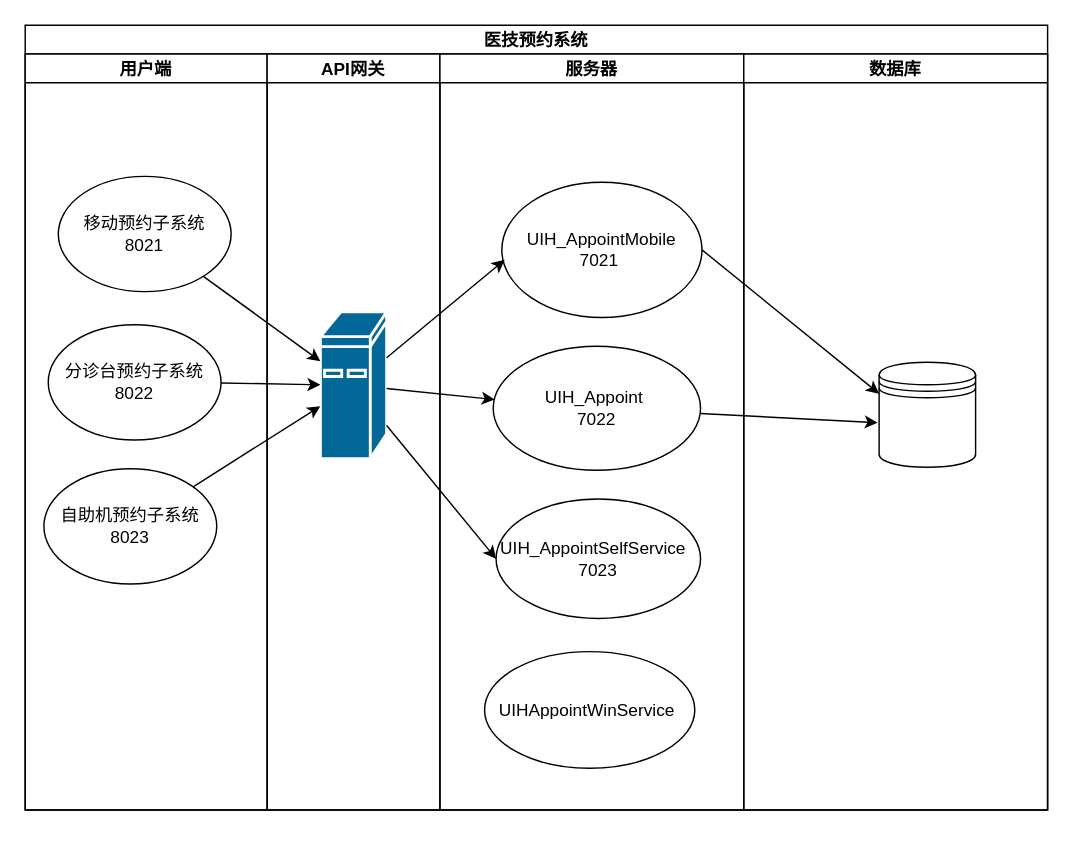
The draw.io diagram 预约图.drawio in vae1314/FlowChart, before the edit. Source tidied: cells renumbered, new cells numbered last; positions are measured from the earlier drawing's top-left corner, leaving out a move shared by most shapes. Both pictures are drawn from the tidied source at 144%, with x=0, y=0 at pixel (24, 24).
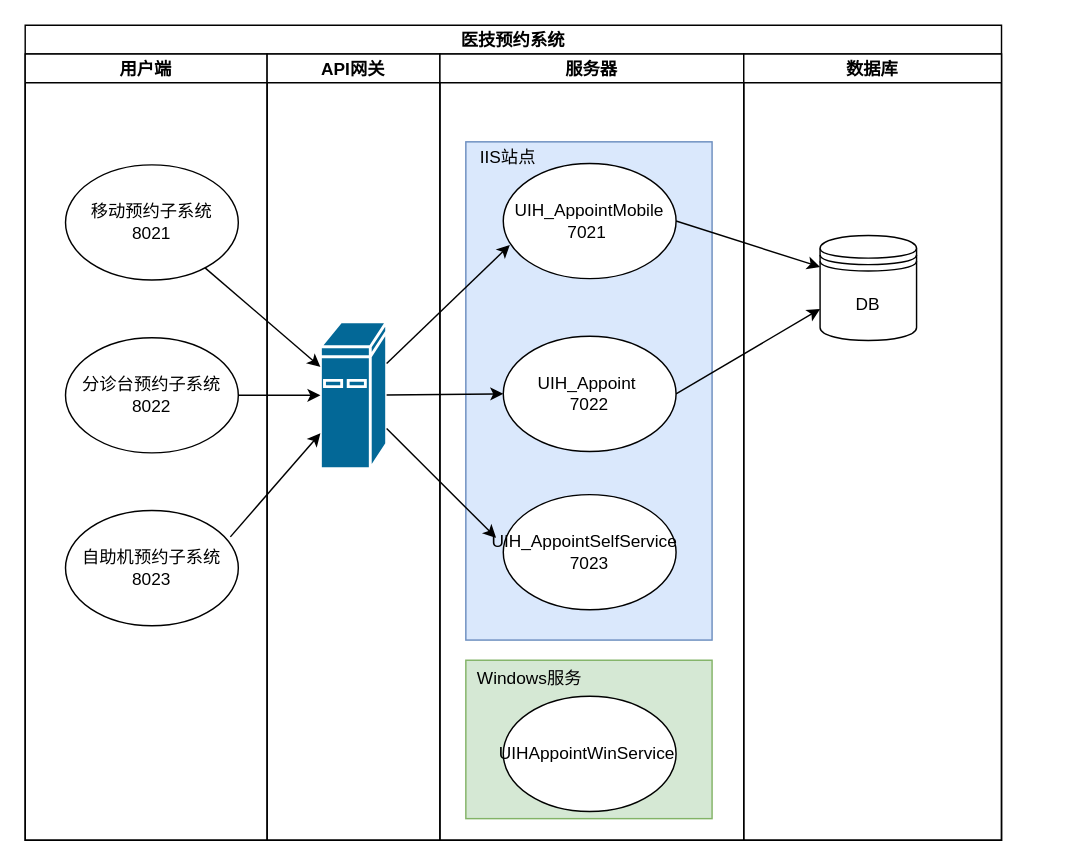
Above is the later version.

The edit, as a diff of the source:
```diff
@@
     <mxCell id="2" value="医技预约系统" style="swimlane;startSize=20;" parent="1" vertex="1">
-      <mxGeometry width="710" height="545" as="geometry" />
+      <mxGeometry width="678" height="566" as="geometry" />
     </mxCell>
     <mxCell id="3" value="用户端" style="swimlane;startSize=20;" parent="2" vertex="1">
-      <mxGeometry y="20" width="168" height="525" as="geometry" />
+      <mxGeometry y="20" width="168" height="546" as="geometry" />
     </mxCell>
     <mxCell id="4" value="移动预约子系统&lt;br&gt;8021" style="ellipse;whiteSpace=wrap;html=1;" parent="3" vertex="1">
-      <mxGeometry x="23" y="85" width="120" height="80" as="geometry" />
+      <mxGeometry x="28" y="77" width="120" height="80" as="geometry" />
     </mxCell>
+    <mxCell id="6" value="分诊台预约子系统&lt;br&gt;8022" style="ellipse;whiteSpace=wrap;html=1;" parent="3" vertex="1">
+      <mxGeometry x="28" y="197" width="120" height="80" as="geometry" />
+    </mxCell>
     <mxCell id="5" value="自助机预约子系统&lt;br&gt;8023" style="ellipse;whiteSpace=wrap;html=1;" parent="3" vertex="1">
-      <mxGeometry x="13" y="288" width="120" height="80" as="geometry" />
+      <mxGeometry x="28" y="317" width="120" height="80" as="geometry" />
     </mxCell>
-    <mxCell id="6" value="分诊台预约子系统&lt;br&gt;8022" style="ellipse;whiteSpace=wrap;html=1;" parent="3" vertex="1">
-      <mxGeometry x="16" y="188" width="120" height="80" as="geometry" />
-    </mxCell>
     <mxCell id="7" value="API网关" style="swimlane;startSize=20;" parent="2" vertex="1">
-      <mxGeometry x="168" y="20" width="120" height="525" as="geometry" />
+      <mxGeometry x="168" y="20" width="120" height="546" as="geometry" />
     </mxCell>
     <mxCell id="8" style="shape=mxgraph.cisco.computers_and_peripherals.ibm_mini_as400;html=1;dashed=0;fillColor=#036897;strokeColor=#ffffff;strokeWidth=2;verticalLabelPosition=bottom;verticalAlign=top;align=center;outlineConnect=0;" parent="7" vertex="1">
-      <mxGeometry x="37" y="179" width="46" height="102" as="geometry" />
+      <mxGeometry x="37" y="186" width="46" height="102" as="geometry" />
     </mxCell>
     <mxCell id="9" value="服务器" style="swimlane;startSize=20;" parent="2" vertex="1">
-      <mxGeometry x="288" y="20" width="211" height="525" as="geometry" />
+      <mxGeometry x="288" y="20" width="211" height="546" as="geometry" />
     </mxCell>
-    <mxCell id="10" value="UIH_AppointSelfService&amp;nbsp;&amp;nbsp;&lt;br&gt;7023" style="ellipse;whiteSpace=wrap;html=1;" parent="9" vertex="1">
-      <mxGeometry x="39" y="309" width="142" height="83" as="geometry" />
-    </mxCell>
+    <mxCell id="25" style="rounded=0;whiteSpace=wrap;html=1;fillColor=#d5e8d4;strokeColor=#82b366;" parent="9" vertex="1">
+      <mxGeometry x="18" y="421" width="171" height="110" as="geometry" />
+    </mxCell>
+    <mxCell id="26" style="rounded=0;whiteSpace=wrap;html=1;fillColor=#dae8fc;strokeColor=#6c8ebf;" parent="9" vertex="1">
+      <mxGeometry x="18" y="61" width="171" height="346" as="geometry" />
+    </mxCell>
+    <mxCell id="13" style="edgeStyle=none;rounded=0;orthogonalLoop=1;jettySize=auto;html=1;exitX=0.5;exitY=1;exitDx=0;exitDy=0;" parent="9" edge="1">
+      <mxGeometry relative="1" as="geometry">
+        <mxPoint x="54" y="105" as="sourcePoint" />
+        <mxPoint x="54" y="105" as="targetPoint" />
+      </mxGeometry>
+    </mxCell>
+    <mxCell id="27" value="IIS站点" style="text;html=1;strokeColor=none;fillColor=none;align=center;verticalAlign=middle;whiteSpace=wrap;rounded=0;" parent="9" vertex="1">
+      <mxGeometry x="22" y="62" width="51" height="20" as="geometry" />
+    </mxCell>
+    <mxCell id="28" value="Windows服务" style="text;html=1;strokeColor=none;fillColor=none;align=center;verticalAlign=middle;whiteSpace=wrap;rounded=0;" parent="9" vertex="1">
+      <mxGeometry x="24" y="424" width="77" height="20" as="geometry" />
+    </mxCell>
     <mxCell id="11" value="UIH_AppointMobile&lt;br&gt;7021&amp;nbsp;" style="ellipse;whiteSpace=wrap;html=1;" parent="9" vertex="1">
-      <mxGeometry x="43" y="89" width="139" height="94" as="geometry" />
+      <mxGeometry x="44" y="76" width="120" height="80" as="geometry" />
     </mxCell>
     <mxCell id="12" value="UIH_Appoint&amp;nbsp;&lt;br&gt;7022" style="ellipse;whiteSpace=wrap;html=1;" parent="9" vertex="1">
-      <mxGeometry x="37" y="203" width="144" height="86" as="geometry" />
+      <mxGeometry x="44" y="196" width="120" height="80" as="geometry" />
     </mxCell>
-    <mxCell id="13" style="edgeStyle=none;rounded=0;orthogonalLoop=1;jettySize=auto;html=1;exitX=0.5;exitY=1;exitDx=0;exitDy=0;" parent="9" edge="1">
-      <mxGeometry relative="1" as="geometry">
-        <mxPoint x="54" y="105" as="sourcePoint" />
-        <mxPoint x="54" y="105" as="targetPoint" />
-      </mxGeometry>
-    </mxCell>
+    <mxCell id="10" value="UIH_AppointSelfService&amp;nbsp;&amp;nbsp;&lt;br&gt;7023" style="ellipse;whiteSpace=wrap;html=1;" parent="9" vertex="1">
+      <mxGeometry x="44" y="306" width="120" height="80" as="geometry" />
+    </mxCell>
     <mxCell id="14" value="UIHAppointWinService&amp;nbsp;" style="ellipse;whiteSpace=wrap;html=1;" parent="9" vertex="1">
-      <mxGeometry x="31" y="415" width="146" height="81" as="geometry" />
+      <mxGeometry x="44" y="446" width="120" height="80" as="geometry" />
     </mxCell>
-    <mxCell id="15" style="edgeStyle=none;rounded=0;jettySize=auto;html=1;entryX=0.014;entryY=0.574;entryDx=0;entryDy=0;entryPerimeter=0;" parent="2" edge="1" source="8" target="11">
+    <mxCell id="15" style="edgeStyle=none;rounded=0;jettySize=auto;html=1;entryX=0.038;entryY=0.708;entryDx=0;entryDy=0;entryPerimeter=0;" parent="2" edge="1" source="8" target="11">
       <mxGeometry relative="1" as="geometry" />
     </mxCell>
-    <mxCell id="16" style="edgeStyle=none;rounded=0;jettySize=auto;html=1;entryX=0.007;entryY=0.43;entryDx=0;entryDy=0;entryPerimeter=0;" parent="2" edge="1" source="8" target="12">
+    <mxCell id="16" style="edgeStyle=none;rounded=0;jettySize=auto;html=1;entryX=0;entryY=0.5;entryDx=0;entryDy=0;" parent="2" edge="1" source="8" target="12">
       <mxGeometry relative="1" as="geometry" />
     </mxCell>
-    <mxCell id="17" style="edgeStyle=none;rounded=0;jettySize=auto;html=1;entryX=0;entryY=0.5;entryDx=0;entryDy=0;" parent="2" edge="1" source="8" target="10">
-      <mxGeometry relative="1" as="geometry" />
+    <mxCell id="17" style="edgeStyle=none;rounded=0;jettySize=auto;html=1;" parent="2" edge="1" source="8">
+      <mxGeometry relative="1" as="geometry">
+        <mxPoint x="327" y="356" as="targetPoint" />
+      </mxGeometry>
     </mxCell>
@@
+    <mxCell id="22" style="rounded=0;jettySize=auto;html=1;entryX=0;entryY=0.7;entryDx=0;entryDy=0;exitX=1;exitY=0.5;exitDx=0;exitDy=0;" parent="2" edge="1" source="12" target="24">
+      <mxGeometry relative="1" as="geometry" />
+    </mxCell>
+    <mxCell id="20" style="edgeStyle=none;rounded=0;jettySize=auto;html=1;exitX=1;exitY=0.5;exitDx=0;exitDy=0;" parent="2" edge="1" source="6" target="8">
+      <mxGeometry relative="1" as="geometry" />
+    </mxCell>
-    <mxCell id="19" style="rounded=0;jettySize=auto;html=1;" parent="2" edge="1" source="5" target="8">
+    <mxCell id="19" style="rounded=0;jettySize=auto;html=1;exitX=0.954;exitY=0.229;exitDx=0;exitDy=0;exitPerimeter=0;" parent="2" edge="1" source="5" target="8">
       <mxGeometry relative="1" as="geometry" />
     </mxCell>
-    <mxCell id="20" style="edgeStyle=none;rounded=0;jettySize=auto;html=1;" parent="2" edge="1" source="6" target="8">
-      <mxGeometry relative="1" as="geometry" />
-    </mxCell>
@@
-    <mxCell id="22" style="rounded=0;jettySize=auto;html=1;" parent="2" edge="1" source="12">
-      <mxGeometry relative="1" as="geometry">
-        <mxPoint x="592" y="276" as="targetPoint" />
-      </mxGeometry>
-    </mxCell>
     <mxCell id="23" value="数据库" style="swimlane;startSize=20;" parent="2" vertex="1">
-      <mxGeometry x="499" y="20" width="211" height="525" as="geometry" />
+      <mxGeometry x="499" y="20" width="179" height="546" as="geometry" />
     </mxCell>
-    <mxCell id="24" style="shape=datastore;whiteSpace=wrap;html=1;" parent="23" vertex="1">
-      <mxGeometry x="94" y="214" width="67" height="73" as="geometry" />
+    <mxCell id="24" value="DB" style="shape=datastore;whiteSpace=wrap;html=1;" parent="23" vertex="1">
+      <mxGeometry x="53" y="126" width="67" height="73" as="geometry" />
     </mxCell>
```
